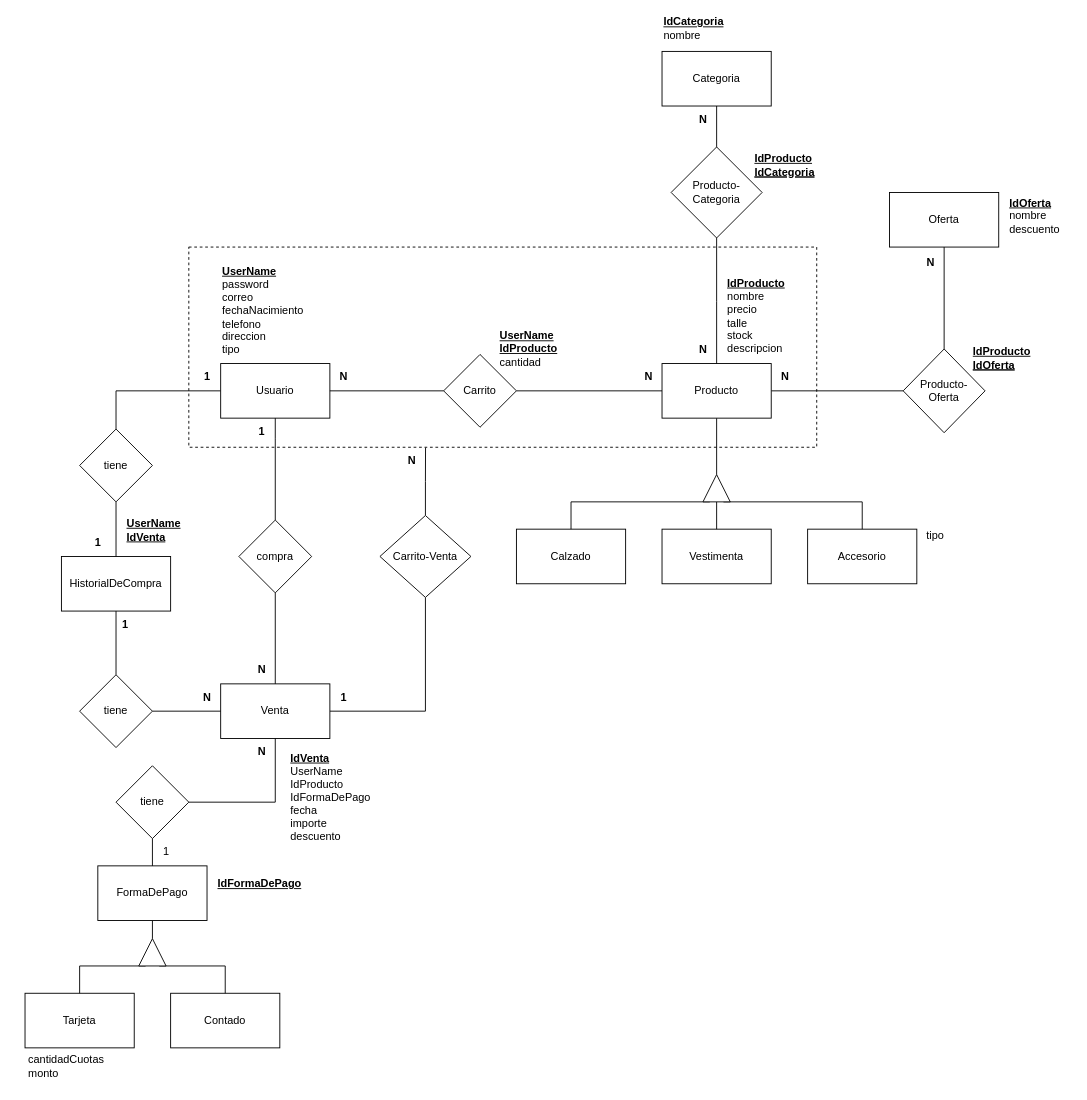
Above: documentacion-Ecommerce/MEREcommerce.drawio in YolausGG/ProyectosReact-TrocheGodoy (draw.io), before the change. Source tidied: cells renumbered, new cells numbered last; positions are measured from the earlier drawing's top-left corner, leaving out a move shared by most shapes. Both pictures are drawn from the tidied source at 91%, with x=0, y=0 at pixel (15, 19).
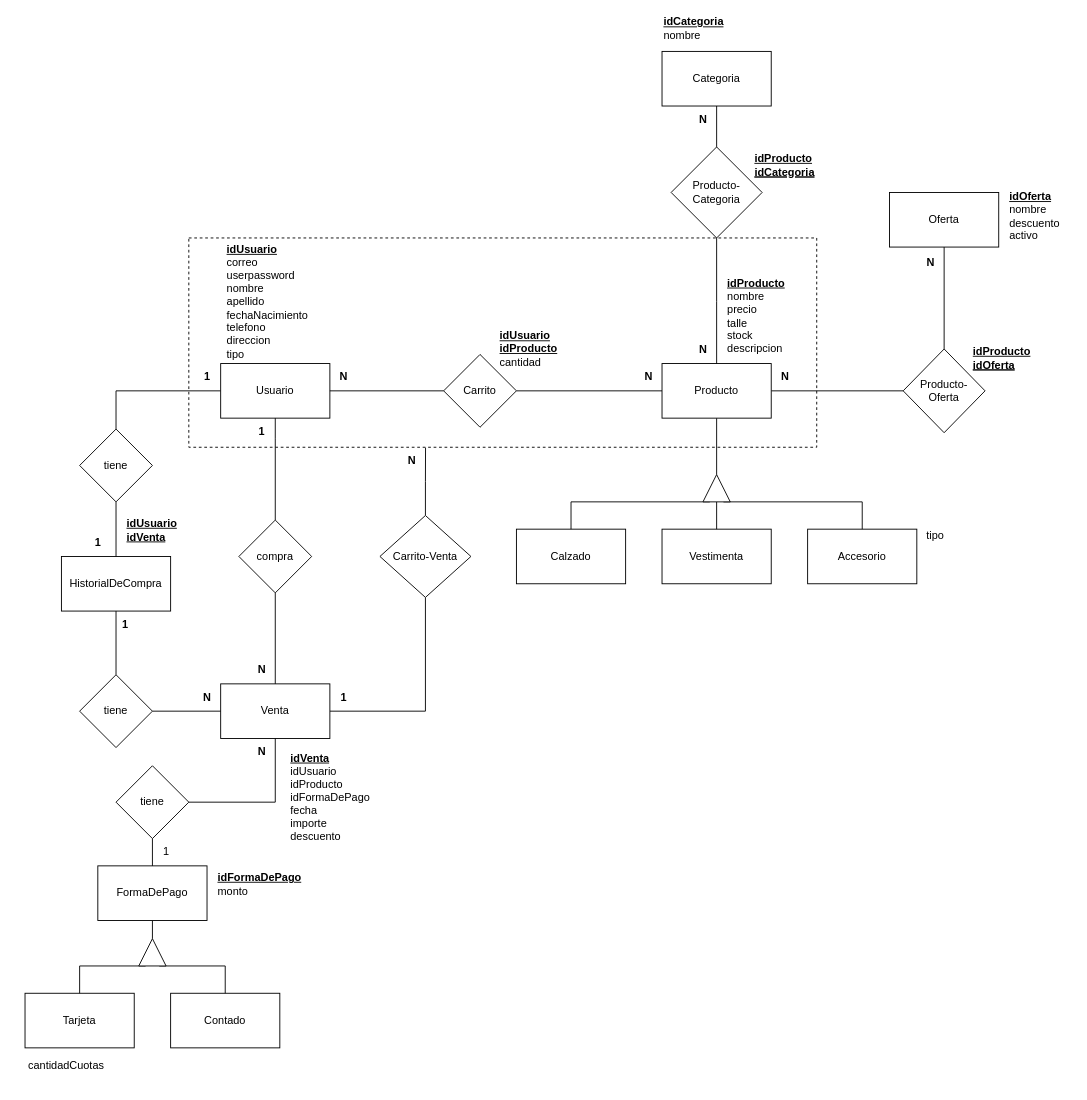
The same page after the edit.

Diff of the diagram source:
```diff
@@
     <mxCell id="30" style="rounded=0;whiteSpace=wrap;html=1;dashed=1;fillColor=none;" parent="1" vertex="1">
-      <mxGeometry x="190" y="250" width="690" height="220" as="geometry" />
+      <mxGeometry x="190" y="240" width="690" height="230" as="geometry" />
     </mxCell>
@@
-    <mxCell id="40" value="&lt;div style=&quot;text-align: left;&quot;&gt;&lt;b style=&quot;background-color: initial;&quot;&gt;&lt;u&gt;IdCategoria&lt;/u&gt;&lt;/b&gt;&lt;/div&gt;&lt;div style=&quot;text-align: left;&quot;&gt;&lt;span style=&quot;background-color: initial;&quot;&gt;nombre&lt;/span&gt;&lt;/div&gt;" style="text;html=1;strokeColor=none;fillColor=none;align=center;verticalAlign=middle;whiteSpace=wrap;rounded=0;" parent="1" vertex="1">
+    <mxCell id="40" value="&lt;div style=&quot;text-align: left;&quot;&gt;&lt;b style=&quot;background-color: initial;&quot;&gt;&lt;u&gt;idCategoria&lt;/u&gt;&lt;/b&gt;&lt;/div&gt;&lt;div style=&quot;text-align: left;&quot;&gt;&lt;span style=&quot;background-color: initial;&quot;&gt;nombre&lt;/span&gt;&lt;/div&gt;" style="text;html=1;strokeColor=none;fillColor=none;align=center;verticalAlign=middle;whiteSpace=wrap;rounded=0;" parent="1" vertex="1">
       <mxGeometry x="720" width="50" height="20" as="geometry" />
     </mxCell>
-    <mxCell id="41" value="&lt;div style=&quot;&quot;&gt;&lt;div style=&quot;border-color: var(--border-color);&quot;&gt;&lt;b style=&quot;background-color: initial; border-color: var(--border-color);&quot;&gt;&lt;u style=&quot;border-color: var(--border-color);&quot;&gt;&lt;font style=&quot;border-color: var(--border-color);&quot;&gt;IdProducto&lt;/font&gt;&lt;/u&gt;&lt;/b&gt;&lt;br&gt;&lt;/div&gt;&lt;div style=&quot;border-color: var(--border-color);&quot;&gt;&lt;b style=&quot;background-color: initial; border-color: var(--border-color);&quot;&gt;&lt;u style=&quot;border-color: var(--border-color);&quot;&gt;&lt;font style=&quot;border-color: var(--border-color);&quot;&gt;&lt;b style=&quot;border-color: var(--border-color); background-color: initial;&quot;&gt;&lt;u style=&quot;border-color: var(--border-color);&quot;&gt;IdCategoria&lt;/u&gt;&lt;/b&gt;&lt;br&gt;&lt;/font&gt;&lt;/u&gt;&lt;/b&gt;&lt;/div&gt;&lt;/div&gt;" style="text;html=1;strokeColor=none;fillColor=none;align=left;verticalAlign=middle;whiteSpace=wrap;rounded=0;" parent="1" vertex="1">
+    <mxCell id="41" value="&lt;div style=&quot;&quot;&gt;&lt;div style=&quot;border-color: var(--border-color);&quot;&gt;&lt;b style=&quot;background-color: initial; border-color: var(--border-color);&quot;&gt;&lt;u style=&quot;border-color: var(--border-color);&quot;&gt;&lt;font style=&quot;border-color: var(--border-color);&quot;&gt;idProducto&lt;/font&gt;&lt;/u&gt;&lt;/b&gt;&lt;br&gt;&lt;/div&gt;&lt;div style=&quot;border-color: var(--border-color);&quot;&gt;&lt;b style=&quot;background-color: initial; border-color: var(--border-color);&quot;&gt;&lt;u style=&quot;border-color: var(--border-color);&quot;&gt;&lt;font style=&quot;border-color: var(--border-color);&quot;&gt;&lt;b style=&quot;border-color: var(--border-color); background-color: initial;&quot;&gt;&lt;u style=&quot;border-color: var(--border-color);&quot;&gt;idCategoria&lt;/u&gt;&lt;/b&gt;&lt;br&gt;&lt;/font&gt;&lt;/u&gt;&lt;/b&gt;&lt;/div&gt;&lt;/div&gt;" style="text;html=1;strokeColor=none;fillColor=none;align=left;verticalAlign=middle;whiteSpace=wrap;rounded=0;" parent="1" vertex="1">
       <mxGeometry x="810" y="150" width="50" height="20" as="geometry" />
     </mxCell>
-    <mxCell id="42" value="&lt;b style=&quot;border-color: var(--border-color);&quot;&gt;&lt;u style=&quot;border-color: var(--border-color);&quot;&gt;UserName&lt;br&gt;&lt;/u&gt;&lt;/b&gt;&lt;font style=&quot;font-size: 12px;&quot;&gt;&lt;b style=&quot;text-decoration-line: underline;&quot;&gt;IdProducto&lt;/b&gt;&lt;br&gt;cantidad&lt;br&gt;&lt;/font&gt;&lt;u style=&quot;font-weight: bold;&quot;&gt;&lt;font style=&quot;font-size: 12px;&quot;&gt;&lt;br&gt;&lt;/font&gt;&lt;/u&gt;" style="text;html=1;strokeColor=none;fillColor=none;align=left;verticalAlign=middle;whiteSpace=wrap;rounded=0;" parent="1" vertex="1">
+    <mxCell id="42" value="&lt;b style=&quot;border-color: var(--border-color);&quot;&gt;&lt;u style=&quot;border-color: var(--border-color);&quot;&gt;idUsuario&lt;br&gt;&lt;/u&gt;&lt;/b&gt;&lt;font style=&quot;font-size: 12px;&quot;&gt;&lt;b style=&quot;text-decoration-line: underline;&quot;&gt;idProducto&lt;/b&gt;&lt;br&gt;cantidad&lt;br&gt;&lt;/font&gt;&lt;u style=&quot;font-weight: bold;&quot;&gt;&lt;font style=&quot;font-size: 12px;&quot;&gt;&lt;br&gt;&lt;/font&gt;&lt;/u&gt;" style="text;html=1;strokeColor=none;fillColor=none;align=left;verticalAlign=middle;whiteSpace=wrap;rounded=0;" parent="1" vertex="1">
       <mxGeometry x="530" y="348" width="70" height="42" as="geometry" />
     </mxCell>
-    <mxCell id="43" value="&lt;b style=&quot;border-color: var(--border-color); text-align: center;&quot;&gt;&lt;u style=&quot;border-color: var(--border-color);&quot;&gt;&lt;font style=&quot;border-color: var(--border-color);&quot;&gt;IdProducto&lt;/font&gt;&lt;/u&gt;&lt;/b&gt;&lt;span style=&quot;font-weight: normal;&quot;&gt;&lt;br&gt;nombre&lt;br&gt;precio&lt;br&gt;&lt;div style=&quot;&quot;&gt;&lt;span style=&quot;background-color: initial;&quot;&gt;talle&lt;/span&gt;&lt;/div&gt;stock&lt;br&gt;descripcion&lt;br&gt;&lt;/span&gt;" style="text;html=1;strokeColor=none;fillColor=none;align=left;verticalAlign=middle;whiteSpace=wrap;rounded=0;fontStyle=1;" parent="1" vertex="1">
+    <mxCell id="43" value="&lt;b style=&quot;border-color: var(--border-color); text-align: center;&quot;&gt;&lt;u style=&quot;border-color: var(--border-color);&quot;&gt;&lt;font style=&quot;border-color: var(--border-color);&quot;&gt;idProducto&lt;/font&gt;&lt;/u&gt;&lt;/b&gt;&lt;span style=&quot;font-weight: normal;&quot;&gt;&lt;br&gt;nombre&lt;br&gt;precio&lt;br&gt;&lt;div style=&quot;&quot;&gt;&lt;span style=&quot;background-color: initial;&quot;&gt;talle&lt;/span&gt;&lt;/div&gt;stock&lt;br&gt;descripcion&lt;br&gt;&lt;/span&gt;" style="text;html=1;strokeColor=none;fillColor=none;align=left;verticalAlign=middle;whiteSpace=wrap;rounded=0;fontStyle=1;" parent="1" vertex="1">
       <mxGeometry x="780" y="282" width="70" height="88" as="geometry" />
     </mxCell>
@@
-    <mxCell id="52" value="&lt;u&gt;UserName&lt;/u&gt;&lt;br&gt;&lt;span style=&quot;font-weight: normal;&quot;&gt;password&lt;/span&gt;&lt;br&gt;&lt;span style=&quot;font-weight: normal;&quot;&gt;correo&lt;/span&gt;&lt;br&gt;&lt;span style=&quot;font-weight: normal;&quot;&gt;fechaNacimiento&lt;/span&gt;&lt;br&gt;&lt;span style=&quot;font-weight: normal;&quot;&gt;telefono&lt;br&gt;direccion&lt;br&gt;tipo&lt;/span&gt;&lt;br&gt;&lt;div style=&quot;font-weight: normal;&quot;&gt;&lt;/div&gt;" style="text;html=1;strokeColor=none;fillColor=none;align=left;verticalAlign=middle;whiteSpace=wrap;rounded=0;fontStyle=1;" parent="1" vertex="1">
-      <mxGeometry x="225" y="280" width="145" height="80" as="geometry" />
+    <mxCell id="52" value="&lt;u&gt;idUsuario&lt;/u&gt;&lt;br&gt;&lt;span style=&quot;font-weight: normal;&quot;&gt;correo&lt;br&gt;userpassword&lt;/span&gt;&lt;br&gt;&lt;span style=&quot;font-weight: 400;&quot;&gt;nombre&lt;br&gt;&lt;/span&gt;&lt;span style=&quot;font-weight: normal;&quot;&gt;apellido&lt;/span&gt;&lt;br&gt;&lt;span style=&quot;font-weight: normal;&quot;&gt;fechaNacimiento&lt;/span&gt;&lt;br&gt;&lt;span style=&quot;font-weight: normal;&quot;&gt;telefono&lt;br&gt;direccion&lt;br&gt;tipo&lt;/span&gt;&lt;br&gt;&lt;div style=&quot;font-weight: normal;&quot;&gt;&lt;/div&gt;" style="text;html=1;strokeColor=none;fillColor=none;align=left;verticalAlign=middle;whiteSpace=wrap;rounded=0;fontStyle=1;" parent="1" vertex="1">
+      <mxGeometry x="230" y="270" width="145" height="80" as="geometry" />
     </mxCell>
-    <mxCell id="53" value="&lt;u&gt;IdVenta&lt;br&gt;&lt;/u&gt;&lt;span style=&quot;border-color: var(--border-color);&quot;&gt;&lt;span style=&quot;border-color: var(--border-color);&quot;&gt;&lt;span style=&quot;font-weight: normal;&quot;&gt;UserName&lt;/span&gt;&lt;br style=&quot;border-color: var(--border-color);&quot;&gt;&lt;/span&gt;&lt;/span&gt;&lt;font style=&quot;border-color: var(--border-color);&quot;&gt;&lt;span style=&quot;border-color: var(--border-color); font-weight: normal;&quot;&gt;IdProducto&lt;br&gt;&lt;/span&gt;&lt;span style=&quot;font-weight: normal;&quot;&gt;IdFormaDePago&lt;/span&gt;&lt;br style=&quot;border-color: var(--border-color);&quot;&gt;&lt;span style=&quot;font-weight: 400;&quot;&gt;fecha&lt;br&gt;&lt;/span&gt;&lt;span style=&quot;font-weight: normal;&quot;&gt;importe&lt;br&gt;descuento&lt;/span&gt;&lt;br style=&quot;border-color: var(--border-color);&quot;&gt;&lt;/font&gt;&lt;div style=&quot;font-weight: normal;&quot;&gt;&lt;/div&gt;" style="text;html=1;strokeColor=none;fillColor=none;align=left;verticalAlign=middle;whiteSpace=wrap;rounded=0;fontStyle=1;" parent="1" vertex="1">
+    <mxCell id="53" value="&lt;u&gt;idVenta&lt;br&gt;&lt;/u&gt;&lt;span style=&quot;border-color: var(--border-color);&quot;&gt;&lt;span style=&quot;border-color: var(--border-color);&quot;&gt;&lt;span style=&quot;font-weight: 400;&quot;&gt;idUsuario&lt;/span&gt;&lt;br style=&quot;border-color: var(--border-color);&quot;&gt;&lt;/span&gt;&lt;/span&gt;&lt;font style=&quot;border-color: var(--border-color);&quot;&gt;&lt;span style=&quot;border-color: var(--border-color); font-weight: normal;&quot;&gt;idProducto&lt;br&gt;&lt;/span&gt;&lt;span style=&quot;font-weight: normal;&quot;&gt;idFormaDePago&lt;/span&gt;&lt;br style=&quot;border-color: var(--border-color);&quot;&gt;&lt;span style=&quot;font-weight: 400;&quot;&gt;fecha&lt;br&gt;&lt;/span&gt;&lt;span style=&quot;font-weight: normal;&quot;&gt;importe&lt;br&gt;descuento&lt;/span&gt;&lt;br style=&quot;border-color: var(--border-color);&quot;&gt;&lt;/font&gt;&lt;div style=&quot;font-weight: normal;&quot;&gt;&lt;/div&gt;" style="text;html=1;strokeColor=none;fillColor=none;align=left;verticalAlign=middle;whiteSpace=wrap;rounded=0;fontStyle=1;" parent="1" vertex="1">
       <mxGeometry x="300" y="790" width="100" height="130" as="geometry" />
     </mxCell>
@@
-    <mxCell id="61" value="cantidadCuotas&lt;br&gt;&lt;div style=&quot;text-align: left;&quot;&gt;&lt;span style=&quot;background-color: initial;&quot;&gt;monto&lt;/span&gt;&lt;/div&gt;" style="text;html=1;align=center;verticalAlign=middle;strokeColor=none;fillColor=none;" parent="1" vertex="1">
-      <mxGeometry y="1130" width="110" height="40" as="geometry" />
+    <mxCell id="61" value="cantidadCuotas" style="text;html=1;align=center;verticalAlign=middle;strokeColor=none;fillColor=none;" parent="1" vertex="1">
+      <mxGeometry y="1135" width="110" height="30" as="geometry" />
     </mxCell>
-    <mxCell id="62" value="&lt;div style=&quot;&quot;&gt;&lt;b style=&quot;background-color: initial;&quot;&gt;&lt;u&gt;IdFormaDePago&lt;/u&gt;&lt;/b&gt;&lt;/div&gt;" style="text;html=1;align=left;verticalAlign=middle;strokeColor=none;fillColor=none;" parent="1" vertex="1">
-      <mxGeometry x="220" y="935" width="120" height="30" as="geometry" />
+    <mxCell id="62" value="&lt;div style=&quot;&quot;&gt;&lt;b style=&quot;background-color: initial;&quot;&gt;&lt;u&gt;idFormaDePago&lt;/u&gt;&lt;/b&gt;&lt;/div&gt;&lt;div style=&quot;&quot;&gt;&lt;span style=&quot;background-color: initial;&quot;&gt;monto&lt;/span&gt;&lt;/div&gt;" style="text;html=1;align=left;verticalAlign=middle;strokeColor=none;fillColor=none;" parent="1" vertex="1">
+      <mxGeometry x="220" y="930" width="120" height="40" as="geometry" />
     </mxCell>
@@
-    <mxCell id="69" value="&lt;b style=&quot;border-color: var(--border-color); text-align: center;&quot;&gt;&lt;u style=&quot;border-color: var(--border-color);&quot;&gt;&lt;font style=&quot;border-color: var(--border-color);&quot;&gt;IdOferta&lt;br&gt;&lt;/font&gt;&lt;/u&gt;&lt;/b&gt;&lt;span style=&quot;font-weight: normal;&quot;&gt;nombre&lt;br&gt;descuento&lt;/span&gt;&lt;span style=&quot;font-weight: normal;&quot;&gt;&lt;br&gt;&lt;/span&gt;" style="text;html=1;strokeColor=none;fillColor=none;align=left;verticalAlign=middle;whiteSpace=wrap;rounded=0;fontStyle=1;" parent="1" vertex="1">
+    <mxCell id="69" value="&lt;b style=&quot;border-color: var(--border-color); text-align: center;&quot;&gt;&lt;u style=&quot;border-color: var(--border-color);&quot;&gt;&lt;font style=&quot;border-color: var(--border-color);&quot;&gt;idOferta&lt;br&gt;&lt;/font&gt;&lt;/u&gt;&lt;/b&gt;&lt;span style=&quot;font-weight: normal;&quot;&gt;nombre&lt;br&gt;descuento&lt;br&gt;&lt;/span&gt;&lt;span style=&quot;font-weight: normal;&quot;&gt;activo&lt;br&gt;&lt;/span&gt;" style="text;html=1;strokeColor=none;fillColor=none;align=left;verticalAlign=middle;whiteSpace=wrap;rounded=0;fontStyle=1;" parent="1" vertex="1">
       <mxGeometry x="1090" y="182" width="70" height="68" as="geometry" />
     </mxCell>
@@
-    <mxCell id="74" value="&lt;font style=&quot;font-size: 12px;&quot;&gt;&lt;u style=&quot;font-weight: bold;&quot;&gt;UserName&lt;/u&gt;&lt;br&gt;&lt;u style=&quot;font-weight: bold;&quot;&gt;IdVenta&lt;/u&gt;&lt;br&gt;&lt;/font&gt;" style="text;html=1;strokeColor=none;fillColor=none;align=left;verticalAlign=middle;whiteSpace=wrap;rounded=0;" parent="1" vertex="1">
+    <mxCell id="74" value="&lt;font style=&quot;font-size: 12px;&quot;&gt;&lt;b&gt;&lt;u&gt;idUsuario&lt;/u&gt;&lt;/b&gt;&lt;br&gt;&lt;u style=&quot;font-weight: bold;&quot;&gt;idVenta&lt;/u&gt;&lt;br&gt;&lt;/font&gt;" style="text;html=1;strokeColor=none;fillColor=none;align=left;verticalAlign=middle;whiteSpace=wrap;rounded=0;" parent="1" vertex="1">
       <mxGeometry x="120" y="540" width="125" height="42" as="geometry" />
     </mxCell>
-    <mxCell id="75" value="&lt;div style=&quot;&quot;&gt;&lt;div style=&quot;border-color: var(--border-color);&quot;&gt;&lt;b style=&quot;background-color: initial; border-color: var(--border-color);&quot;&gt;&lt;u style=&quot;border-color: var(--border-color);&quot;&gt;&lt;font style=&quot;border-color: var(--border-color);&quot;&gt;IdProducto&lt;/font&gt;&lt;/u&gt;&lt;/b&gt;&lt;br&gt;&lt;/div&gt;&lt;div style=&quot;border-color: var(--border-color);&quot;&gt;&lt;b style=&quot;background-color: initial; border-color: var(--border-color);&quot;&gt;&lt;u style=&quot;border-color: var(--border-color);&quot;&gt;&lt;font style=&quot;border-color: var(--border-color);&quot;&gt;&lt;b style=&quot;border-color: var(--border-color);&quot;&gt;&lt;u style=&quot;border-color: var(--border-color);&quot;&gt;IdOferta&lt;/u&gt;&lt;/b&gt;&lt;br&gt;&lt;/font&gt;&lt;/u&gt;&lt;/b&gt;&lt;/div&gt;&lt;/div&gt;" style="text;html=1;strokeColor=none;fillColor=none;align=left;verticalAlign=middle;whiteSpace=wrap;rounded=0;" parent="1" vertex="1">
+    <mxCell id="75" value="&lt;div style=&quot;&quot;&gt;&lt;div style=&quot;border-color: var(--border-color);&quot;&gt;&lt;b style=&quot;background-color: initial; border-color: var(--border-color);&quot;&gt;&lt;u style=&quot;border-color: var(--border-color);&quot;&gt;&lt;font style=&quot;border-color: var(--border-color);&quot;&gt;idProducto&lt;/font&gt;&lt;/u&gt;&lt;/b&gt;&lt;br&gt;&lt;/div&gt;&lt;div style=&quot;border-color: var(--border-color);&quot;&gt;&lt;b style=&quot;background-color: initial; border-color: var(--border-color);&quot;&gt;&lt;u style=&quot;border-color: var(--border-color);&quot;&gt;&lt;font style=&quot;border-color: var(--border-color);&quot;&gt;&lt;b style=&quot;border-color: var(--border-color);&quot;&gt;&lt;u style=&quot;border-color: var(--border-color);&quot;&gt;idOferta&lt;/u&gt;&lt;/b&gt;&lt;br&gt;&lt;/font&gt;&lt;/u&gt;&lt;/b&gt;&lt;/div&gt;&lt;/div&gt;" style="text;html=1;strokeColor=none;fillColor=none;align=left;verticalAlign=middle;whiteSpace=wrap;rounded=0;" parent="1" vertex="1">
       <mxGeometry x="1050" y="362" width="50" height="20" as="geometry" />
     </mxCell>
+    <mxCell id="76" style="edgeStyle=orthogonalEdgeStyle;rounded=0;orthogonalLoop=1;jettySize=auto;html=1;exitX=0.5;exitY=1;exitDx=0;exitDy=0;" parent="1" edge="1" source="30" target="30">
+      <mxGeometry relative="1" as="geometry" />
+    </mxCell>
```
